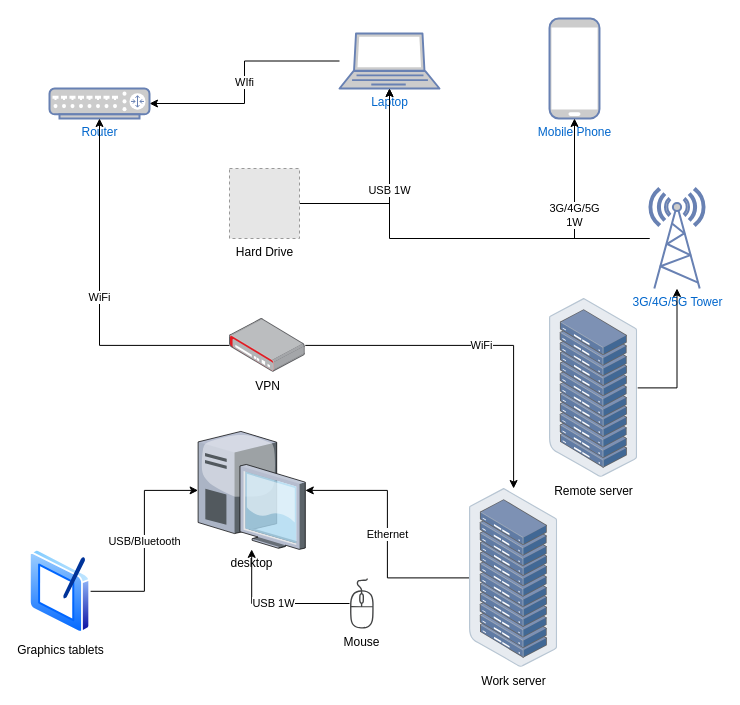
LilAliTech/Flow-chart keeps this draw.io diagram as Untitled Diagram.drawio. Above is the earlier version. Source tidied: cells renumbered, new cells numbered last; positions are measured from the earlier drawing's top-left corner, leaving out a move shared by most shapes. Both pictures are drawn from the tidied source at 100%, with x=0, y=0 at pixel (29, 18). Pictures stored in the file or linked from it are replaced by grey dashed boxes.
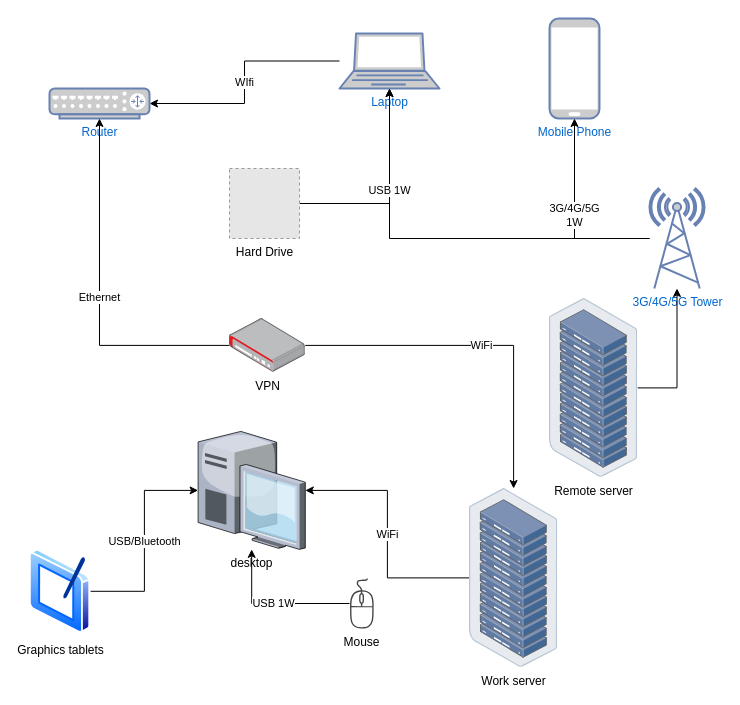
Above is the later version.

Unchanged cells that the change refers to:
```xml
<mxCell id="8" value="desktop&lt;br&gt;" style="verticalLabelPosition=bottom;sketch=0;html=1;verticalAlign=top;strokeColor=none;align=center;outlineConnect=0;shape=mxgraph.citrix.desktop;" parent="1" vertex="1">
  <mxGeometry x="168.6" y="412.9" width="107.2" height="118" as="geometry" />
</mxCell>
<mxCell id="17" value="Router" style="fontColor=#0066CC;verticalAlign=top;verticalLabelPosition=bottom;labelPosition=center;align=center;html=1;outlineConnect=0;fillColor=#CCCCCC;strokeColor=#6881B3;gradientColor=none;gradientDirection=north;strokeWidth=2;shape=mxgraph.networks.router;" parent="1" vertex="1">
  <mxGeometry x="20" y="70" width="100" height="30" as="geometry" />
</mxCell>
<mxCell id="20" value="VPN" style="points=[];html=1;align=center;shadow=0;dashed=0;image;image=img/lib/allied_telesis/security/Router_VPN.svg;" parent="1" vertex="1">
  <mxGeometry x="200" y="300" width="75.8" height="53.8" as="geometry" />
</mxCell>
<mxCell id="22" value="Work server&lt;br&gt;" style="points=[];html=1;align=center;shadow=0;dashed=0;image;image=img/lib/allied_telesis/storage/Datacenter_Server_Rack.svg;" parent="1" vertex="1">
  <mxGeometry x="440" y="470" width="88.2" height="178.8" as="geometry" />
</mxCell>
```

What changed in the source:
```diff
@@
-    <mxCell id="18" value="WiFi" style="edgeStyle=orthogonalEdgeStyle;rounded=0;jettySize=auto;html=1;" parent="1" edge="1" source="20" target="17">
+    <mxCell id="18" value="Ethernet" style="edgeStyle=orthogonalEdgeStyle;rounded=0;jettySize=auto;html=1;" parent="1" edge="1" source="20" target="17">
       <mxGeometry relative="1" as="geometry" />
     </mxCell>
@@
-    <mxCell id="21" value="Ethernet" style="edgeStyle=orthogonalEdgeStyle;rounded=0;jettySize=auto;html=1;" parent="1" edge="1" source="22" target="8">
+    <mxCell id="21" value="WiFi" style="edgeStyle=orthogonalEdgeStyle;rounded=0;jettySize=auto;html=1;" parent="1" edge="1" source="22" target="8">
       <mxGeometry relative="1" as="geometry" />
     </mxCell>
```
